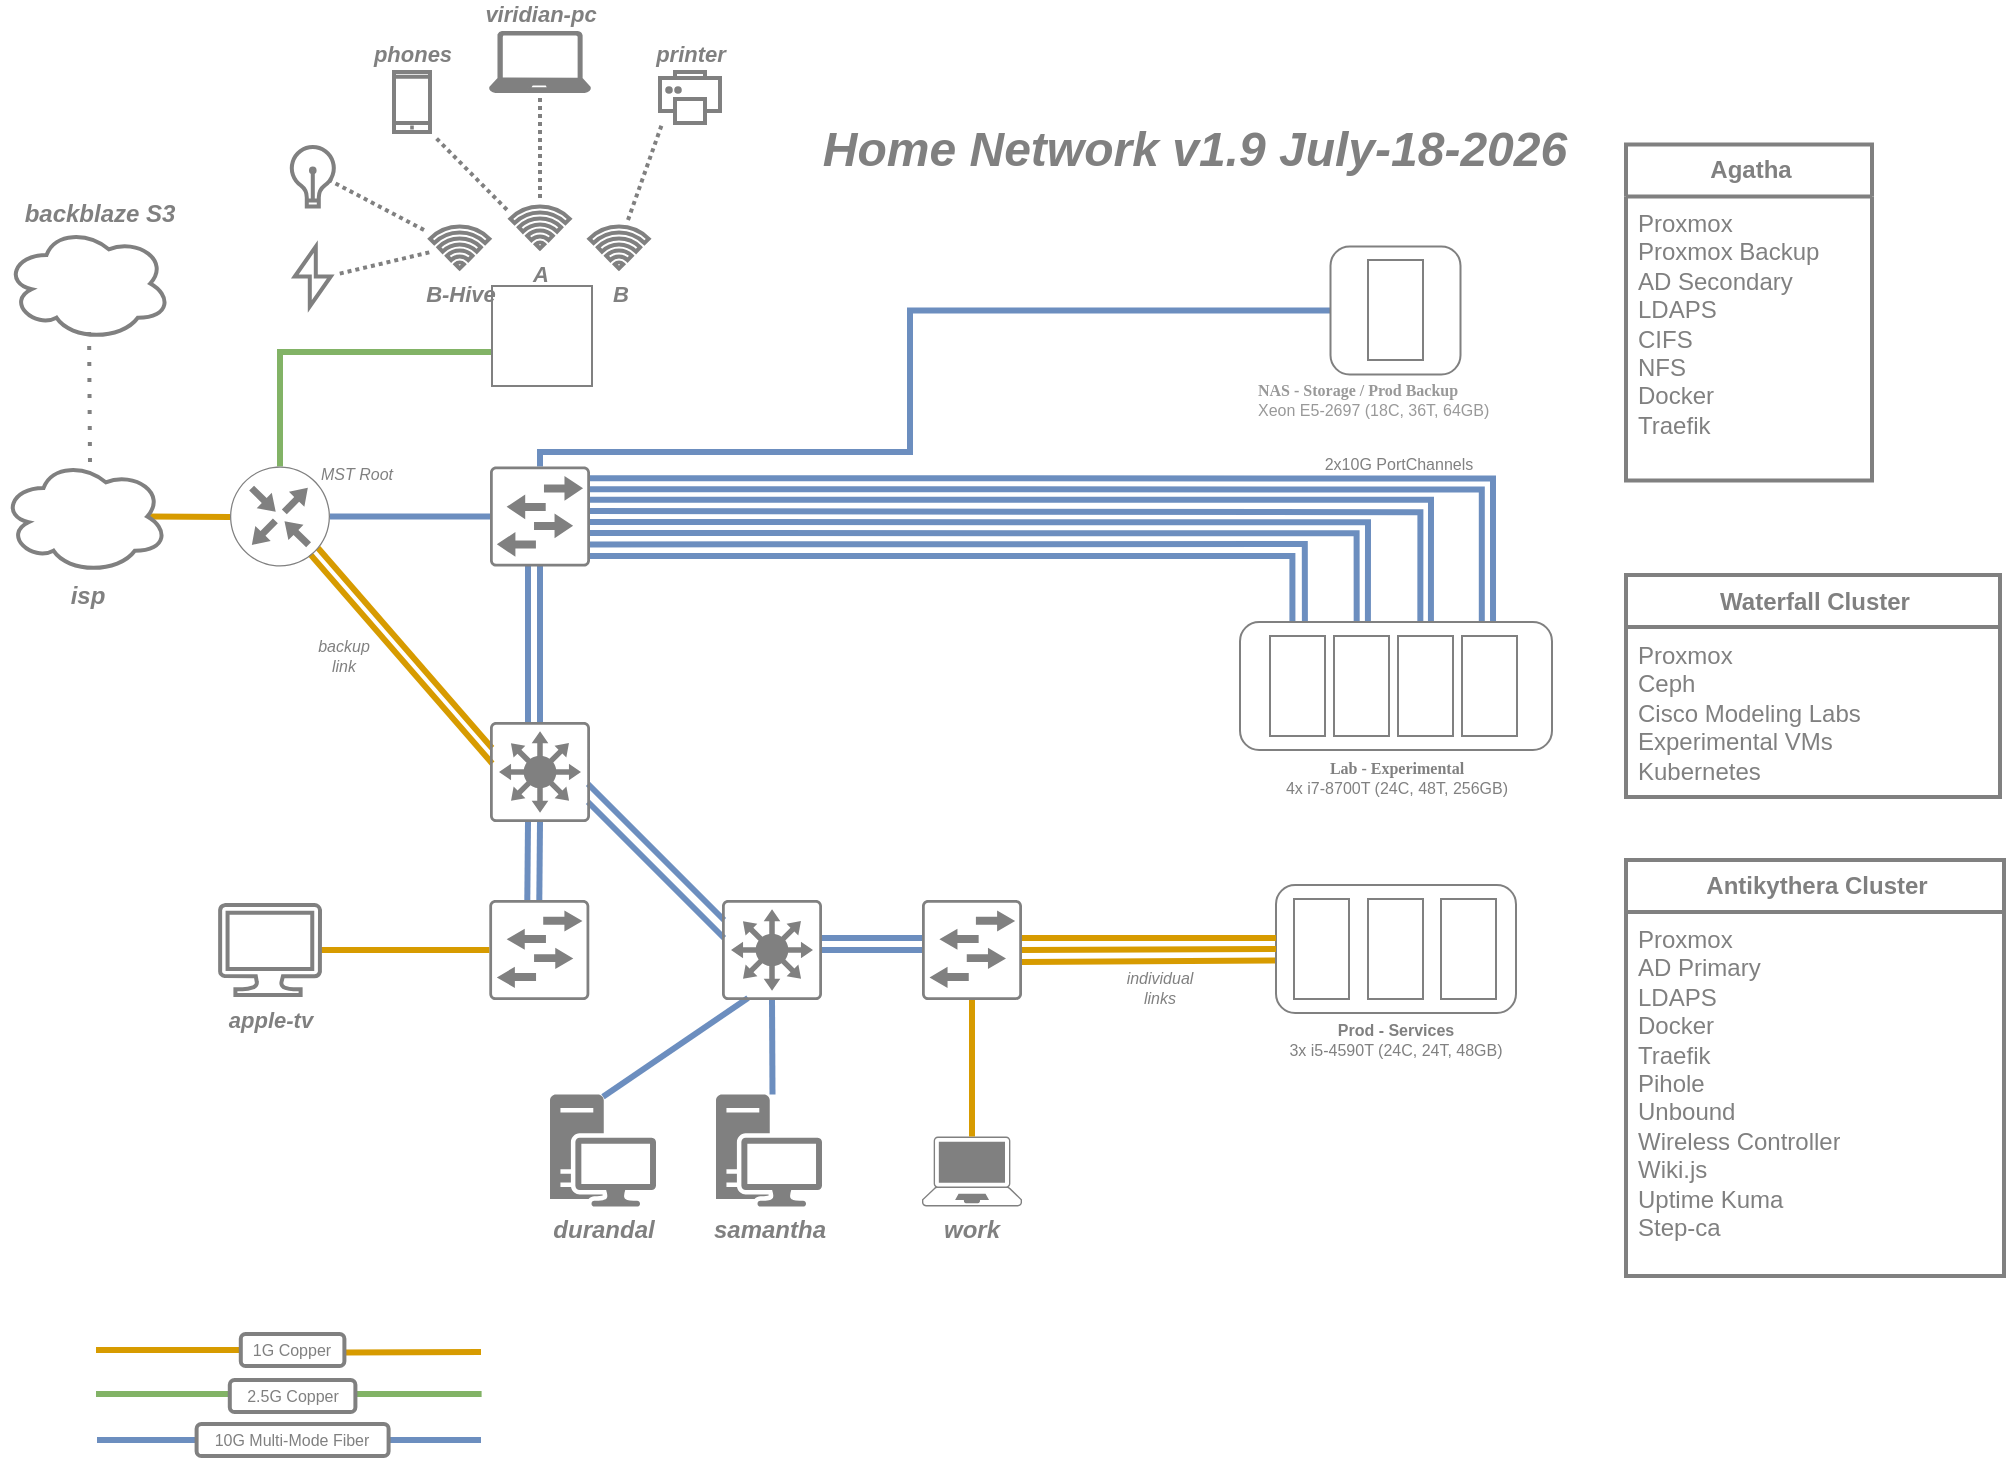
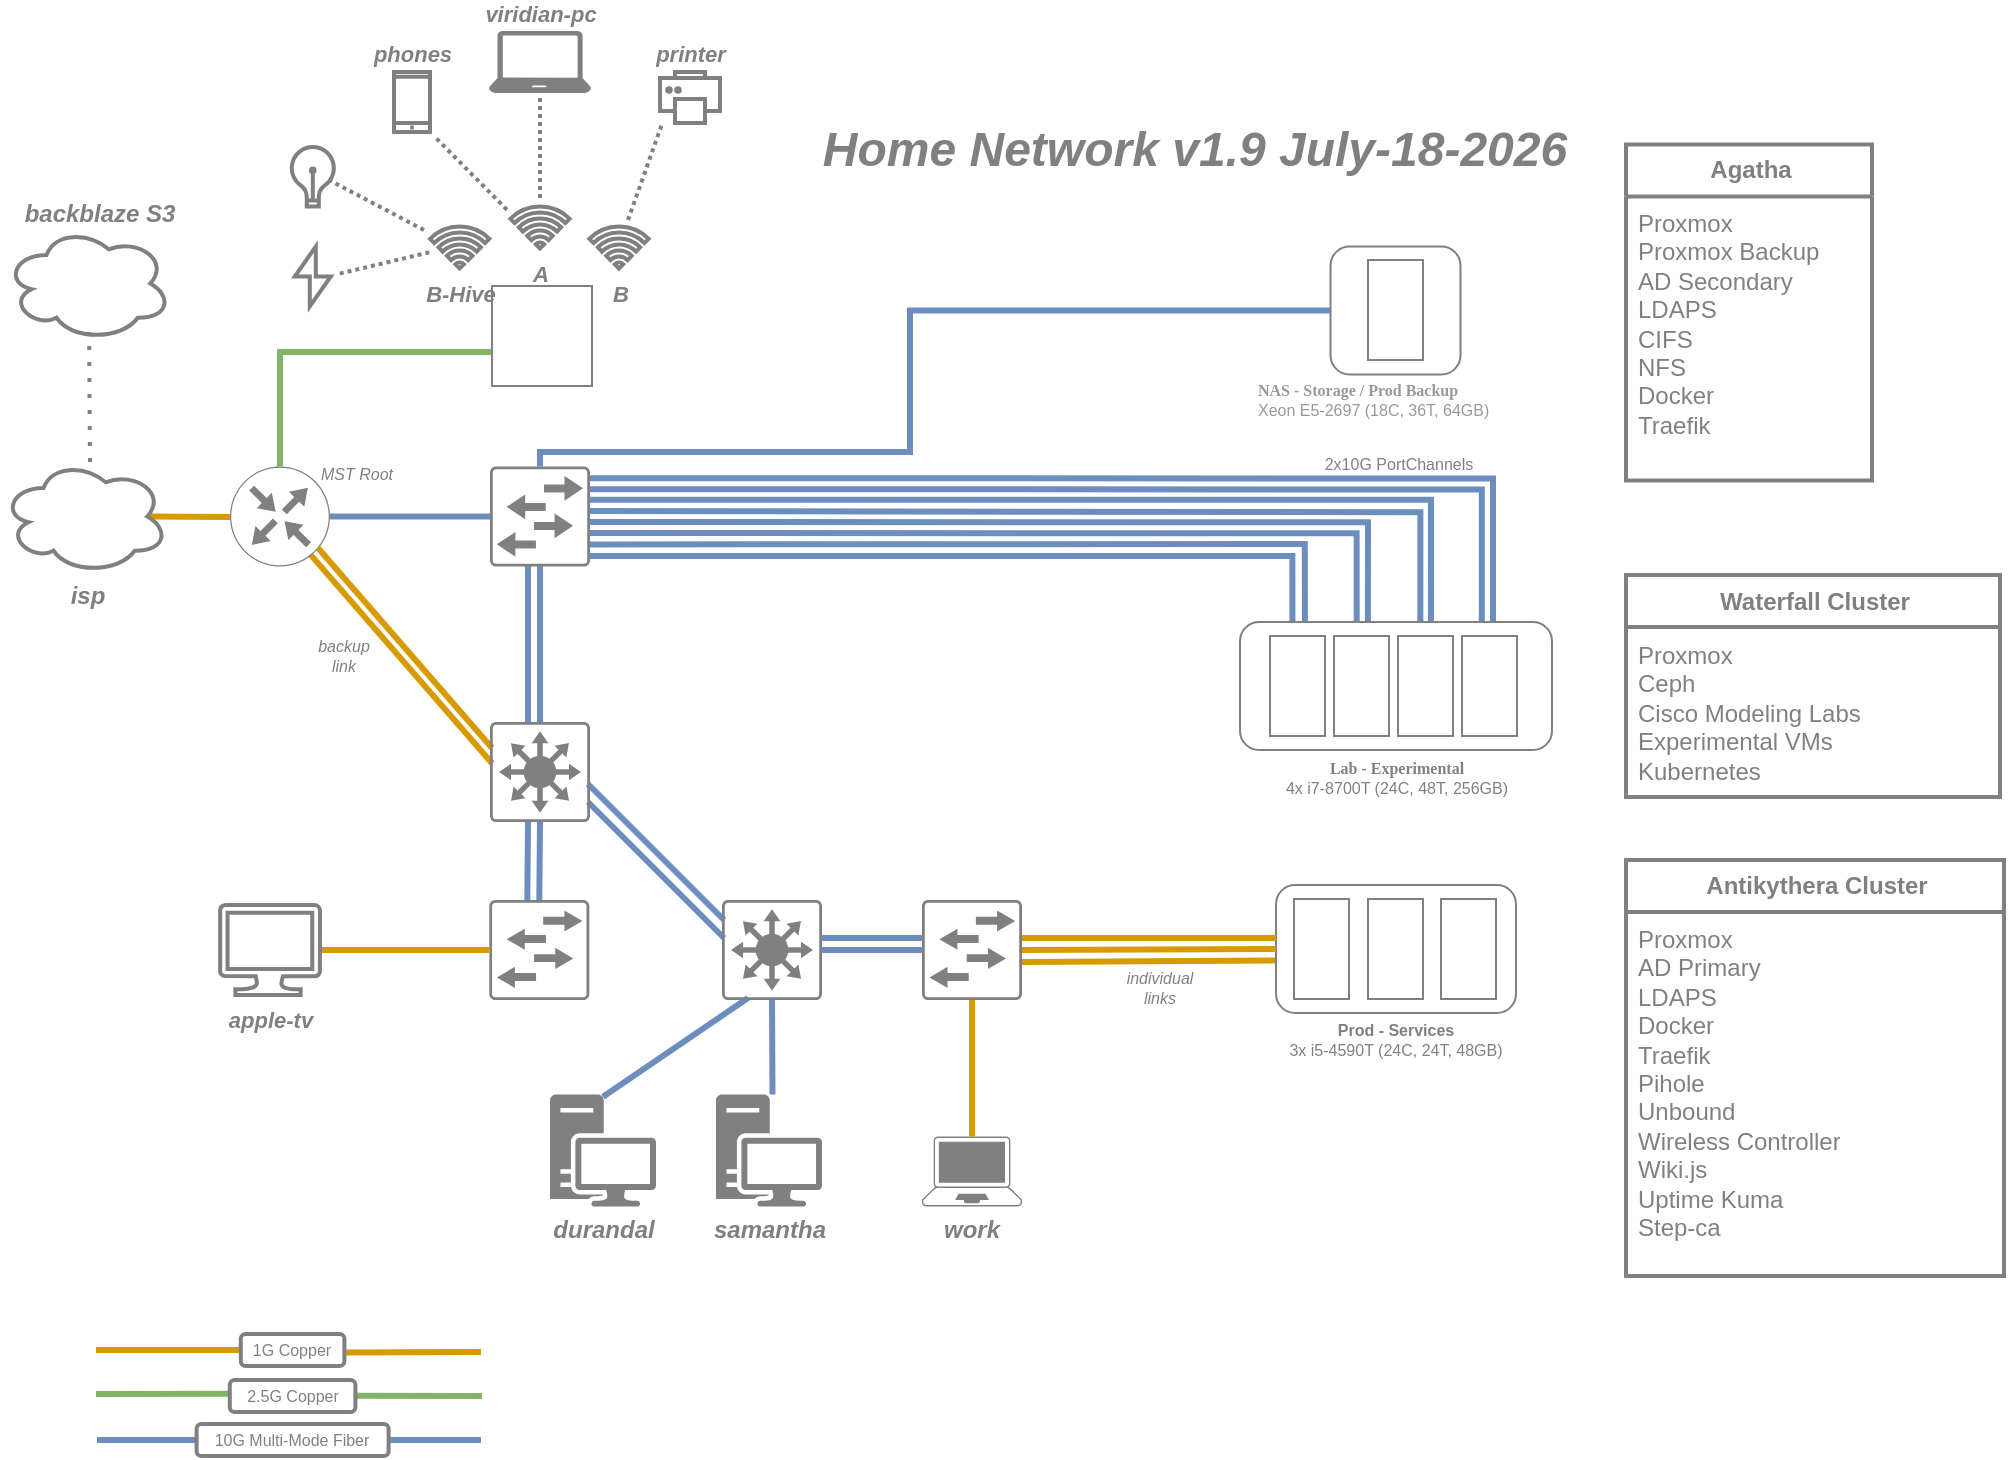
<mxfile host="Electron" agent="Mozilla/5.0 (Windows NT 10.0; Win64; x64) AppleWebKit/537.36 (KHTML, like Gecko) draw.io/29.3.6 Chrome/140.0.7339.249 Electron/38.8.0 Safari/537.36" version="29.3.6">
  <diagram name="Page-1" id="eTh3aw0WYXCbbovTG8zj">
-     <mxGraphModel dx="410" dy="256" grid="0" gridSize="10" guides="1" tooltips="1" connect="1" arrows="1" fold="0" page="1" pageScale="1" pageWidth="1100" pageHeight="850" math="0" shadow="0" adaptiveColors="none">
+     <mxGraphModel dx="199" dy="124" grid="0" gridSize="10" guides="1" tooltips="1" connect="1" arrows="1" fold="0" page="1" pageScale="1" pageWidth="1100" pageHeight="850" math="0" shadow="0" adaptiveColors="none">
      <root>
        <mxCell id="0" />
        <mxCell id="1" parent="0" />
+         <mxCell id="_JirmGMsUVTkLj-to8Ry-4" edge="1" parent="1" style="rounded=0;orthogonalLoop=1;jettySize=auto;html=1;endArrow=none;endFill=0;strokeWidth=3;elbow=vertical;fillColor=#d5e8d4;strokeColor=#82b366;">
+           <mxGeometry relative="1" as="geometry">
+             <mxPoint x="222.65" y="761.92" as="sourcePoint" />
+             <mxPoint x="286" y="762" as="targetPoint" />
+           </mxGeometry>
+         </mxCell>
        <mxCell id="NO0hMIeCVV5FIhQQeRoq-46" edge="1" parent="1" source="lbnmV9Moz0TXLxYADeuH-9" style="shape=connector;rounded=0;orthogonalLoop=1;jettySize=auto;html=1;exitX=0.5;exitY=0;exitDx=0;exitDy=0;exitPerimeter=0;entryX=0;entryY=0.5;entryDx=0;entryDy=0;entryPerimeter=0;strokeColor=#6c8ebf;strokeWidth=3;align=center;verticalAlign=middle;fontFamily=Helvetica;fontSize=11;fontColor=default;labelBackgroundColor=default;endArrow=none;endFill=0;fillColor=#dae8fc;elbow=vertical;edgeStyle=orthogonalEdgeStyle;" target="CqTmTN9_2uuaHgkpDne7-33">
          <mxGeometry relative="1" as="geometry">
            <Array as="points">
              <mxPoint x="315" y="290" />
              <mxPoint x="500" y="290" />
              <mxPoint x="500" y="220" />
            </Array>
            <mxPoint x="630" y="219.68000000000006" as="targetPoint" />
          </mxGeometry>
        </mxCell>
        <mxCell id="CqTmTN9_2uuaHgkpDne7-33" parent="1" style="rounded=1;whiteSpace=wrap;html=1;points=[[0,0,0,0,0],[0,0.25,0,0,0],[0,0.5,0,0,0],[0,0.75,0,0,0],[0,1,0,0,0],[0.09,0,0,0,0],[0.13,0,0,0,0],[0.25,1,0,0,0],[0.34,0,0,0,0],[0.38,0,0,0,0],[0.5,1,0,0,0],[0.62,0.01,0,0,0],[0.65,0.01,0,0,0],[0.75,1,0,0,0],[0.83,0.01,0,0,0],[0.86,0.01,0,0,0],[1,0,0,0,0],[1,0.25,0,0,0],[1,0.5,0,0,0],[1,0.75,0,0,0],[1,1,0,0,0]];strokeColor=#808080;fillColor=none;" value="" vertex="1">
          <mxGeometry height="64" width="65" x="710.25" y="187.25" as="geometry" />
        </mxCell>
        <mxCell id="NO0hMIeCVV5FIhQQeRoq-31" edge="1" parent="1" source="CqTmTN9_2uuaHgkpDne7-4" style="edgeStyle=orthogonalEdgeStyle;shape=connector;rounded=0;orthogonalLoop=1;jettySize=auto;html=1;exitX=0.612;exitY=-0.005;exitDx=0;exitDy=0;entryX=0.996;entryY=0.333;entryDx=0;entryDy=0;entryPerimeter=0;strokeColor=#6c8ebf;strokeWidth=3;align=center;verticalAlign=middle;fontFamily=Helvetica;fontSize=11;fontColor=default;labelBackgroundColor=default;endArrow=none;endFill=0;exitPerimeter=0;fillColor=#dae8fc;" target="lbnmV9Moz0TXLxYADeuH-9">
          <mxGeometry relative="1" as="geometry">
            <mxPoint x="764" y="377.25" as="sourcePoint" />
          </mxGeometry>
        </mxCell>
        <mxCell id="NO0hMIeCVV5FIhQQeRoq-32" edge="1" parent="1" source="CqTmTN9_2uuaHgkpDne7-4" style="edgeStyle=orthogonalEdgeStyle;shape=connector;rounded=0;orthogonalLoop=1;jettySize=auto;html=1;exitX=0.41;exitY=-0.005;exitDx=0;exitDy=0;entryX=0.996;entryY=0.556;entryDx=0;entryDy=0;entryPerimeter=0;strokeColor=#6c8ebf;strokeWidth=3;align=center;verticalAlign=middle;fontFamily=Helvetica;fontSize=11;fontColor=default;labelBackgroundColor=default;endArrow=none;endFill=0;exitPerimeter=0;fillColor=#dae8fc;" target="lbnmV9Moz0TXLxYADeuH-9">
          <mxGeometry relative="1" as="geometry">
            <mxPoint x="724" y="377.25" as="sourcePoint" />
          </mxGeometry>
        </mxCell>
        <mxCell id="fddtgmEfxXLfXS1tYtdZ-1" edge="1" parent="1" source="lbnmV9Moz0TXLxYADeuH-9" style="edgeStyle=orthogonalEdgeStyle;rounded=0;orthogonalLoop=1;jettySize=auto;html=1;strokeWidth=3;endArrow=none;endFill=0;exitX=0.999;exitY=0.228;exitDx=0;exitDy=0;exitPerimeter=0;fillColor=#dae8fc;strokeColor=#6c8ebf;entryX=0.775;entryY=-0.006;entryDx=0;entryDy=0;entryPerimeter=0;" target="CqTmTN9_2uuaHgkpDne7-4">
          <mxGeometry relative="1" as="geometry">
            <mxPoint x="340" y="309.25" as="sourcePoint" />
            <mxPoint x="786" y="365" as="targetPoint" />
          </mxGeometry>
        </mxCell>
        <mxCell id="fddtgmEfxXLfXS1tYtdZ-2" edge="1" parent="1" style="edgeStyle=orthogonalEdgeStyle;shape=connector;rounded=0;orthogonalLoop=1;jettySize=auto;html=1;exitX=0.996;exitY=0.446;exitDx=0;exitDy=0;exitPerimeter=0;strokeColor=#6c8ebf;strokeWidth=3;align=center;verticalAlign=middle;fontFamily=Helvetica;fontSize=11;fontColor=default;labelBackgroundColor=default;endArrow=none;endFill=0;fillColor=#dae8fc;entryX=0.578;entryY=-0.005;entryDx=0;entryDy=0;entryPerimeter=0;" target="CqTmTN9_2uuaHgkpDne7-4">
          <mxGeometry relative="1" as="geometry">
            <mxPoint x="340.00000000000006" y="319.55000000000007" as="sourcePoint" />
            <mxPoint x="747" y="363" as="targetPoint" />
          </mxGeometry>
        </mxCell>
        <mxCell id="fddtgmEfxXLfXS1tYtdZ-3" edge="1" parent="1" source="lbnmV9Moz0TXLxYADeuH-9" style="edgeStyle=orthogonalEdgeStyle;shape=connector;rounded=0;orthogonalLoop=1;jettySize=auto;html=1;exitX=0.996;exitY=0.666;exitDx=0;exitDy=0;exitPerimeter=0;entryX=0.374;entryY=-0.002;entryDx=0;entryDy=0;entryPerimeter=0;strokeColor=#6c8ebf;strokeWidth=3;align=center;verticalAlign=middle;fontFamily=Helvetica;fontSize=11;fontColor=default;labelBackgroundColor=default;endArrow=none;endFill=0;fillColor=#dae8fc;" target="CqTmTN9_2uuaHgkpDne7-4">
          <mxGeometry relative="1" as="geometry">
            <mxPoint x="716" y="377.25" as="targetPoint" />
          </mxGeometry>
        </mxCell>
        <mxCell id="fddtgmEfxXLfXS1tYtdZ-4" edge="1" parent="1" source="CqTmTN9_2uuaHgkpDne7-4" style="edgeStyle=orthogonalEdgeStyle;shape=connector;rounded=0;orthogonalLoop=1;jettySize=auto;html=1;exitX=0.208;exitY=-0.007;exitDx=0;exitDy=0;entryX=0.996;entryY=0.779;entryDx=0;entryDy=0;entryPerimeter=0;strokeColor=#6c8ebf;strokeWidth=3;align=center;verticalAlign=middle;fontFamily=Helvetica;fontSize=11;fontColor=default;labelBackgroundColor=default;endArrow=none;endFill=0;exitPerimeter=0;fillColor=#dae8fc;">
          <mxGeometry relative="1" as="geometry">
            <Array as="points">
              <mxPoint x="697" y="336" />
              <mxPoint x="686" y="336" />
            </Array>
            <mxPoint x="684.2" y="377.25" as="sourcePoint" />
            <mxPoint x="340.00000000000006" y="336.19999999999993" as="targetPoint" />
          </mxGeometry>
        </mxCell>
        <mxCell id="fddtgmEfxXLfXS1tYtdZ-5" edge="1" parent="1" source="CqTmTN9_2uuaHgkpDne7-4" style="edgeStyle=orthogonalEdgeStyle;shape=connector;rounded=0;orthogonalLoop=1;jettySize=auto;html=1;exitX=0.168;exitY=0.002;exitDx=0;exitDy=0;entryX=0.996;entryY=0.894;entryDx=0;entryDy=0;entryPerimeter=0;strokeColor=#6c8ebf;strokeWidth=3;align=center;verticalAlign=middle;fontFamily=Helvetica;fontSize=11;fontColor=default;labelBackgroundColor=default;endArrow=none;endFill=0;exitPerimeter=0;fillColor=#dae8fc;" target="lbnmV9Moz0TXLxYADeuH-9">
          <mxGeometry relative="1" as="geometry">
            <Array as="points">
              <mxPoint x="691" y="342" />
            </Array>
            <mxPoint x="676" y="377.25" as="sourcePoint" />
          </mxGeometry>
        </mxCell>
        <mxCell id="NO0hMIeCVV5FIhQQeRoq-36" edge="1" parent="1" source="CqTmTN9_2uuaHgkpDne7-4" style="edgeStyle=orthogonalEdgeStyle;shape=connector;rounded=0;orthogonalLoop=1;jettySize=auto;html=1;entryX=0.999;entryY=0.118;entryDx=0;entryDy=0;entryPerimeter=0;strokeColor=#6c8ebf;strokeWidth=3;align=center;verticalAlign=middle;fontFamily=Helvetica;fontSize=11;fontColor=default;labelBackgroundColor=default;endArrow=none;endFill=0;fillColor=#dae8fc;exitX=0.811;exitY=-0.006;exitDx=0;exitDy=0;exitPerimeter=0;" target="lbnmV9Moz0TXLxYADeuH-9">
          <mxGeometry relative="1" as="geometry">
            <mxPoint x="802" y="379" as="sourcePoint" />
          </mxGeometry>
        </mxCell>
        <mxCell id="D5LrwT91D5c0MHAF4rOE-90" edge="1" parent="1" source="lbnmV9Moz0TXLxYADeuH-9" style="shape=connector;rounded=0;orthogonalLoop=1;jettySize=auto;html=1;exitX=0.5;exitY=0.98;exitDx=0;exitDy=0;exitPerimeter=0;strokeColor=#6c8ebf;strokeWidth=3;align=center;verticalAlign=middle;fontFamily=Helvetica;fontSize=11;fontColor=default;labelBackgroundColor=default;endArrow=none;endFill=0;fillColor=#dae8fc;entryX=0.5;entryY=0;entryDx=0;entryDy=0;entryPerimeter=0;" target="50L1NcpgKh9QyUst5CuS-15">
          <mxGeometry relative="1" as="geometry">
            <mxPoint x="220" y="450" as="targetPoint" />
          </mxGeometry>
        </mxCell>
        <mxCell id="lbnmV9Moz0TXLxYADeuH-19" edge="1" parent="1" source="lbnmV9Moz0TXLxYADeuH-7" style="rounded=0;orthogonalLoop=1;jettySize=auto;html=1;exitX=0.5;exitY=0;exitDx=0;exitDy=0;exitPerimeter=0;endArrow=none;endFill=0;strokeWidth=3;elbow=vertical;edgeStyle=elbowEdgeStyle;fillColor=#d5e8d4;strokeColor=#82b366;entryX=0;entryY=0.67;entryDx=0;entryDy=0;entryPerimeter=0;" target="CqTmTN9_2uuaHgkpDne7-44">
          <mxGeometry relative="1" as="geometry">
            <Array as="points">
              <mxPoint x="238" y="240" />
              <mxPoint x="300" y="247.25" />
            </Array>
            <mxPoint x="290" y="237.25" as="targetPoint" />
          </mxGeometry>
        </mxCell>
        <mxCell id="NO0hMIeCVV5FIhQQeRoq-6" edge="1" parent="1" source="lbnmV9Moz0TXLxYADeuH-9" style="rounded=0;orthogonalLoop=1;jettySize=auto;html=1;exitX=0.38;exitY=0.98;exitDx=0;exitDy=0;exitPerimeter=0;endArrow=none;endFill=0;strokeWidth=3;fillColor=#dae8fc;strokeColor=#6c8ebf;entryX=0.38;entryY=0;entryDx=0;entryDy=0;entryPerimeter=0;" target="50L1NcpgKh9QyUst5CuS-15">
          <mxGeometry relative="1" as="geometry">
            <mxPoint x="450" y="365.25" as="sourcePoint" />
            <mxPoint x="200" y="437" as="targetPoint" />
          </mxGeometry>
        </mxCell>
        <mxCell id="lbnmV9Moz0TXLxYADeuH-9" parent="1" style="sketch=0;points=[[0.015,0.015,0,0,0],[0.015,0.985,0,0,0],[0.02,0.38,0,0,0],[0.02,0.5,0,0,0],[0.02,0.62,0,0,0],[0.14,0.98,0,0,0],[0.26,0.98,0,0,0],[0.38,0,0,0,0],[0.38,0.98,0,0,0],[0.5,0,0,0,0],[0.5,0.98,0,0,0],[0.62,0,0,0,0],[0.62,0.98,0,0,0],[0.74,0.98,0,0,0],[0.86,0.98,0,0,0],[0.98,0.14,0,0,0],[0.98,0.26,0,0,0],[0.98,0.38,0,0,0],[0.98,0.5,0,0,0],[0.98,0.62,0,0,0],[0.98,0.74,0,0,0],[0.98,0.86,0,0,0],[0.985,0.015,0,0,0],[0.985,0.985,0,0,0]];verticalLabelPosition=bottom;html=1;verticalAlign=top;aspect=fixed;align=center;pointerEvents=1;shape=mxgraph.cisco19.rect;prIcon=workgroup_switch;fillColor=none;strokeColor=#808080;fontColor=none;noLabel=1;" value="&lt;b style=&quot;background-color: light-dark(#ffffff, var(--ge-dark-color, #121212));&quot;&gt;table-top&lt;/b&gt;" vertex="1">
          <mxGeometry height="50" width="50" x="290" y="297.25" as="geometry" />
        </mxCell>
        <mxCell id="CqTmTN9_2uuaHgkpDne7-4" parent="1" style="rounded=1;whiteSpace=wrap;html=1;points=[[0,0,0,0,0],[0,0.25,0,0,0],[0,0.5,0,0,0],[0,0.75,0,0,0],[0,1,0,0,0],[0.09,0,0,0,0],[0.13,0,0,0,0],[0.25,1,0,0,0],[0.34,0,0,0,0],[0.38,0,0,0,0],[0.5,1,0,0,0],[0.62,0.01,0,0,0],[0.65,0.01,0,0,0],[0.75,1,0,0,0],[0.83,0.01,0,0,0],[0.86,0.01,0,0,0],[1,0,0,0,0],[1,0.25,0,0,0],[1,0.5,0,0,0],[1,0.75,0,0,0],[1,1,0,0,0]];strokeColor=#808080;fillColor=none;" value="" vertex="1">
          <mxGeometry height="64" width="156" x="665" y="375" as="geometry" />
        </mxCell>
        <mxCell id="lbnmV9Moz0TXLxYADeuH-18" edge="1" parent="1" source="lbnmV9Moz0TXLxYADeuH-7" style="edgeStyle=none;rounded=0;orthogonalLoop=1;jettySize=auto;html=1;exitX=1;exitY=0.5;exitDx=0;exitDy=0;exitPerimeter=0;entryX=0;entryY=0.5;entryDx=0;entryDy=0;entryPerimeter=0;endArrow=none;endFill=0;strokeWidth=3;fillColor=#dae8fc;strokeColor=#6c8ebf;" target="lbnmV9Moz0TXLxYADeuH-9">
          <mxGeometry relative="1" as="geometry" />
        </mxCell>
        <mxCell id="8GofJGXbrdM40KDC0A-a-11" edge="1" parent="1" source="CqTmTN9_2uuaHgkpDne7-13" style="shape=connector;rounded=0;orthogonalLoop=1;jettySize=auto;html=1;strokeColor=#d79b00;strokeWidth=3;align=center;verticalAlign=middle;fontFamily=Helvetica;fontSize=11;fontColor=default;labelBackgroundColor=default;endArrow=none;endFill=0;fillColor=#ffe6cc;entryX=1;entryY=0.62;entryDx=0;entryDy=0;entryPerimeter=0;exitX=0;exitY=0.59;exitDx=0;exitDy=0;exitPerimeter=0;" target="50L1NcpgKh9QyUst5CuS-22">
          <mxGeometry relative="1" as="geometry">
            <mxPoint x="692" y="543" as="sourcePoint" />
            <mxPoint x="410" y="487" as="targetPoint" />
          </mxGeometry>
        </mxCell>
        <mxCell id="8GofJGXbrdM40KDC0A-a-27" parent="1" style="sketch=0;pointerEvents=1;shadow=0;dashed=0;html=1;strokeColor=none;fillColor=light-dark(#808080,#505050);labelPosition=center;verticalLabelPosition=bottom;verticalAlign=top;outlineConnect=0;align=center;shape=mxgraph.office.devices.workstation;fontFamily=Helvetica;fontSize=11;fontColor=#808080;labelBackgroundColor=none;whiteSpace=wrap;fontStyle=3;points=[[0.5,0.02,0,0,0]];labelBorderColor=none;textShadow=1;fillStyle=solid;" value="" vertex="1">
          <mxGeometry height="56" width="53" x="320" y="611.25" as="geometry" />
        </mxCell>
        <mxCell id="8GofJGXbrdM40KDC0A-a-29" parent="1" style="points=[[0.015,0.985,0,0,0],[0.115,0.4,0,0,0],[0.13,0.02,0,0,0],[0.5,0,0,0,0],[0.5,1,0,0,0],[0.87,0.02,0,0,0],[0.885,0.4,0,0,0],[0.985,0.985,0,0,0]];verticalLabelPosition=bottom;sketch=0;html=1;verticalAlign=top;aspect=fixed;align=center;pointerEvents=1;shape=mxgraph.cisco19.laptop;fillColor=#808080;strokeColor=none;fontFamily=Helvetica;fontSize=11;fontColor=#808080;labelBackgroundColor=none;fontStyle=3;textShadow=1;" value="" vertex="1">
          <mxGeometry height="35" width="50" x="506" y="632.25" as="geometry" />
        </mxCell>
        <mxCell id="OCqcyEJDrD8Cijfm78Pi-8" parent="1" style="html=1;verticalLabelPosition=bottom;align=center;labelBackgroundColor=none;verticalAlign=top;strokeWidth=2;strokeColor=#808080;shadow=0;dashed=0;shape=mxgraph.ios7.icons.wifi;pointerEvents=1;fontFamily=Helvetica;fontSize=11;fontColor=#808080;points=[[0.1,0,0,0,0],[0.5,0,0,0,-2],[0.9,0,0,0,0]];fontStyle=3;fillColor=none;" value="A" vertex="1">
          <mxGeometry height="21" width="29.7" x="300.15" y="167.25" as="geometry" />
        </mxCell>
        <mxCell id="OCqcyEJDrD8Cijfm78Pi-20" edge="1" parent="1" style="rounded=0;orthogonalLoop=1;jettySize=auto;html=1;strokeColor=#808080;strokeWidth=2;align=center;verticalAlign=middle;fontFamily=Helvetica;fontSize=11;fontColor=default;labelBackgroundColor=default;endArrow=none;endFill=0;shape=filledEdge;startArrow=none;startFill=0;dashed=1;dashPattern=1 1;curved=0;entryX=0.866;entryY=0.558;entryDx=0;entryDy=0;entryPerimeter=0;" target="OCqcyEJDrD8Cijfm78Pi-14">
          <mxGeometry relative="1" as="geometry">
            <mxPoint x="257" y="179" as="sourcePoint" />
            <mxPoint x="220" y="167.31" as="targetPoint" />
          </mxGeometry>
        </mxCell>
        <mxCell id="OCqcyEJDrD8Cijfm78Pi-14" parent="1" style="html=1;verticalLabelPosition=bottom;align=center;labelBackgroundColor=#ffffff;verticalAlign=top;strokeWidth=2;strokeColor=#808080;shadow=0;dashed=0;shape=mxgraph.ios7.icons.lightbulb;fontFamily=Helvetica;fontSize=11;fontColor=default;fillColor=none;" value="" vertex="1">
          <mxGeometry height="29.7" width="22.8" x="190" y="137.55" as="geometry" />
        </mxCell>
        <mxCell id="OCqcyEJDrD8Cijfm78Pi-19" parent="1" style="html=1;verticalLabelPosition=bottom;align=center;labelBackgroundColor=#ffffff;verticalAlign=top;strokeWidth=2;strokeColor=#808080;shadow=0;dashed=0;shape=mxgraph.ios7.icons.flash;fontFamily=Helvetica;fontSize=11;fontColor=default;fillColor=none;" value="" vertex="1">
          <mxGeometry height="30" width="18" x="192.4" y="187.25" as="geometry" />
        </mxCell>
        <mxCell id="OCqcyEJDrD8Cijfm78Pi-22" edge="1" parent="1" source="OCqcyEJDrD8Cijfm78Pi-10" style="edgeStyle=none;shape=filledEdge;curved=0;rounded=0;orthogonalLoop=1;jettySize=auto;html=1;exitX=-0.012;exitY=0.616;exitDx=0;exitDy=0;exitPerimeter=0;dashed=1;dashPattern=1 1;strokeColor=#808080;strokeWidth=2;align=center;verticalAlign=middle;fontFamily=Helvetica;fontSize=11;fontColor=default;labelBackgroundColor=default;startArrow=none;startFill=0;endArrow=none;endFill=0;">
          <mxGeometry relative="1" as="geometry">
            <mxPoint x="214" y="201" as="targetPoint" />
          </mxGeometry>
        </mxCell>
        <mxCell id="OCqcyEJDrD8Cijfm78Pi-32" edge="1" parent="1" source="OCqcyEJDrD8Cijfm78Pi-8" style="edgeStyle=none;shape=filledEdge;curved=0;rounded=0;orthogonalLoop=1;jettySize=auto;html=1;exitX=-0.057;exitY=0.077;exitDx=0;exitDy=0;exitPerimeter=0;dashed=1;dashPattern=1 1;strokeColor=#808080;strokeWidth=2;align=center;verticalAlign=middle;fontFamily=Helvetica;fontSize=11;fontColor=default;labelBackgroundColor=default;startArrow=none;startFill=0;endArrow=none;endFill=0;">
          <mxGeometry relative="1" as="geometry">
            <mxPoint x="263" y="133" as="targetPoint" />
          </mxGeometry>
        </mxCell>
        <mxCell id="OCqcyEJDrD8Cijfm78Pi-33" edge="1" parent="1" style="edgeStyle=none;shape=filledEdge;curved=0;rounded=0;orthogonalLoop=1;jettySize=auto;html=1;dashed=1;dashPattern=1 1;strokeColor=#808080;strokeWidth=2;align=center;verticalAlign=middle;fontFamily=Helvetica;fontSize=11;fontColor=default;labelBackgroundColor=default;startArrow=none;startFill=0;endArrow=none;endFill=0;">
          <mxGeometry relative="1" as="geometry">
            <mxPoint x="315" y="163" as="sourcePoint" />
            <mxPoint x="315" y="113" as="targetPoint" />
          </mxGeometry>
        </mxCell>
        <mxCell id="OCqcyEJDrD8Cijfm78Pi-34" edge="1" parent="1" style="edgeStyle=none;shape=filledEdge;curved=0;rounded=0;orthogonalLoop=1;jettySize=auto;html=1;dashed=1;dashPattern=1 1;strokeColor=#808080;strokeWidth=2;align=center;verticalAlign=middle;fontFamily=Helvetica;fontSize=11;fontColor=default;labelBackgroundColor=default;startArrow=none;startFill=0;endArrow=none;endFill=0;">
          <mxGeometry relative="1" as="geometry">
            <mxPoint x="359" y="174" as="sourcePoint" />
            <mxPoint x="376" y="126" as="targetPoint" />
          </mxGeometry>
        </mxCell>
        <mxCell id="D5LrwT91D5c0MHAF4rOE-98" edge="1" parent="1" style="edgeStyle=elbowEdgeStyle;shape=connector;rounded=0;orthogonalLoop=1;jettySize=auto;elbow=vertical;html=1;exitX=1;exitY=0.5;exitDx=0;exitDy=0;entryX=0;entryY=0.5;entryDx=0;entryDy=0;entryPerimeter=0;strokeColor=#d79b00;strokeWidth=3;align=center;verticalAlign=middle;fontFamily=Helvetica;fontSize=11;fontColor=default;labelBackgroundColor=default;endArrow=none;endFill=0;fillColor=#ffe6cc;fontStyle=1" target="lbnmV9Moz0TXLxYADeuH-7">
          <mxGeometry relative="1" as="geometry">
            <mxPoint x="119.43000000000063" y="322.25" as="sourcePoint" />
          </mxGeometry>
        </mxCell>
        <mxCell id="O6deSYJI-EfVJHjLLMFC-1" parent="1" style="text;html=1;align=center;verticalAlign=middle;resizable=0;points=[];autosize=1;textShadow=0;fillColor=none;fontColor=#333333;strokeColor=none;rounded=1;" value="&lt;font style=&quot;font-size: 24px; color: rgb(128, 128, 128);&quot;&gt;&lt;b&gt;&lt;i&gt;Home Network v1.9 July-18-2026&lt;/i&gt;&lt;/b&gt;&lt;/font&gt;" vertex="1">
          <mxGeometry height="41" width="390" x="447" y="118" as="geometry" />
        </mxCell>
        <mxCell id="50L1NcpgKh9QyUst5CuS-14" edge="1" parent="1" source="50L1NcpgKh9QyUst5CuS-7" style="shape=connector;rounded=0;orthogonalLoop=1;jettySize=auto;html=1;strokeColor=#6c8ebf;strokeWidth=3;align=center;verticalAlign=middle;fontFamily=Helvetica;fontSize=11;fontColor=default;labelBackgroundColor=default;endArrow=none;endFill=0;fillColor=#dae8fc;entryX=0.98;entryY=0.8;entryDx=0;entryDy=0;entryPerimeter=0;exitX=0.02;exitY=0.38;exitDx=0;exitDy=0;exitPerimeter=0;" target="50L1NcpgKh9QyUst5CuS-15">
          <mxGeometry relative="1" as="geometry">
            <mxPoint x="386" y="495" as="sourcePoint" />
            <mxPoint x="346" y="495" as="targetPoint" />
          </mxGeometry>
        </mxCell>
        <mxCell id="50L1NcpgKh9QyUst5CuS-18" edge="1" parent="1" source="50L1NcpgKh9QyUst5CuS-15" style="shape=connector;rounded=0;orthogonalLoop=1;jettySize=auto;html=1;exitX=0.38;exitY=1;exitDx=0;exitDy=0;strokeColor=#6c8ebf;strokeWidth=3;align=center;verticalAlign=middle;fontFamily=Helvetica;fontSize=11;fontColor=default;labelBackgroundColor=default;endArrow=none;endFill=0;fillColor=#dae8fc;exitPerimeter=0;entryX=0.38;entryY=0;entryDx=0;entryDy=0;entryPerimeter=0;" target="50L1NcpgKh9QyUst5CuS-16">
          <mxGeometry relative="1" as="geometry">
            <mxPoint x="351.75" y="479" as="sourcePoint" />
            <mxPoint x="373.75" y="590.5" as="targetPoint" />
          </mxGeometry>
        </mxCell>
        <mxCell id="50L1NcpgKh9QyUst5CuS-20" edge="1" parent="1" source="50L1NcpgKh9QyUst5CuS-15" style="shape=connector;rounded=0;orthogonalLoop=1;jettySize=auto;html=1;exitX=0.5;exitY=1;exitDx=0;exitDy=0;strokeColor=#6c8ebf;strokeWidth=3;align=center;verticalAlign=middle;fontFamily=Helvetica;fontSize=11;fontColor=default;labelBackgroundColor=default;endArrow=none;endFill=0;fillColor=#dae8fc;exitPerimeter=0;entryX=0.5;entryY=0;entryDx=0;entryDy=0;entryPerimeter=0;" target="50L1NcpgKh9QyUst5CuS-16">
          <mxGeometry relative="1" as="geometry">
            <mxPoint x="361.75" y="492.75" as="sourcePoint" />
            <mxPoint x="361.75" y="540.75" as="targetPoint" />
          </mxGeometry>
        </mxCell>
        <mxCell id="50L1NcpgKh9QyUst5CuS-24" edge="1" parent="1" source="50L1NcpgKh9QyUst5CuS-7" style="shape=connector;rounded=0;orthogonalLoop=1;jettySize=auto;html=1;exitX=1;exitY=0.38;exitDx=0;exitDy=0;strokeColor=#6c8ebf;strokeWidth=3;align=center;verticalAlign=middle;fontFamily=Helvetica;fontSize=11;fontColor=default;labelBackgroundColor=default;endArrow=none;endFill=0;fillColor=#dae8fc;exitPerimeter=0;entryX=0;entryY=0.38;entryDx=0;entryDy=0;entryPerimeter=0;" target="50L1NcpgKh9QyUst5CuS-22">
          <mxGeometry relative="1" as="geometry">
            <mxPoint x="366" y="479" as="sourcePoint" />
            <mxPoint x="366" y="527" as="targetPoint" />
          </mxGeometry>
        </mxCell>
        <mxCell id="50L1NcpgKh9QyUst5CuS-26" edge="1" parent="1" source="50L1NcpgKh9QyUst5CuS-7" style="shape=connector;rounded=0;orthogonalLoop=1;jettySize=auto;html=1;exitX=1;exitY=0.5;exitDx=0;exitDy=0;strokeColor=#6c8ebf;strokeWidth=3;align=center;verticalAlign=middle;fontFamily=Helvetica;fontSize=11;fontColor=default;labelBackgroundColor=default;endArrow=none;endFill=0;fillColor=#dae8fc;exitPerimeter=0;entryX=0;entryY=0.5;entryDx=0;entryDy=0;entryPerimeter=0;" target="50L1NcpgKh9QyUst5CuS-22">
          <mxGeometry relative="1" as="geometry">
            <mxPoint x="416" y="479" as="sourcePoint" />
            <mxPoint x="416" y="527" as="targetPoint" />
          </mxGeometry>
        </mxCell>
        <mxCell id="50L1NcpgKh9QyUst5CuS-16" parent="1" style="sketch=0;points=[[0,0.38,0,0,0],[0,0.5,0,0,0],[0,0.62,0,0,0],[0.015,0.015,0,0,0],[0.015,0.985,0,0,0],[0.38,0,0,0,0],[0.38,1,0,0,0],[0.5,0,0,0,0],[0.5,1,0,0,0],[0.62,0,0,0,0],[0.62,1,0,0,0],[0.985,0.015,0,0,0],[0.985,0.985,0,0,0],[1,0.38,0,0,0],[1,0.5,0,0,0],[1,0.62,0,0,0]];verticalLabelPosition=top;html=1;verticalAlign=bottom;aspect=fixed;align=center;pointerEvents=1;shape=mxgraph.cisco19.rect;prIcon=l2_switch;fillColor=none;strokeColor=#808080;fontStyle=1;labelPosition=center;labelBackgroundColor=default;labelBorderColor=none;convertToSvg=0;spacingTop=0;spacingBottom=3;fontColor=none;noLabel=1;" value="top" vertex="1">
          <mxGeometry height="50" width="50" x="289.65" y="514" as="geometry" />
        </mxCell>
        <mxCell id="50L1NcpgKh9QyUst5CuS-22" parent="1" style="sketch=0;points=[[0,0.38,0,0,0],[0,0.5,0,0,0],[0,0.62,0,0,0],[0.015,0.015,0,0,0],[0.015,0.985,0,0,0],[0.38,0,0,0,0],[0.38,1,0,0,0],[0.5,0,0,0,0],[0.5,1,0,0,0],[0.62,0,0,0,0],[0.62,1,0,0,0],[0.985,0.015,0,0,0],[0.985,0.985,0,0,0],[1,0.38,0,0,0],[1,0.5,0,0,0],[1,0.62,0,0,0]];verticalLabelPosition=top;html=1;verticalAlign=bottom;aspect=fixed;align=center;pointerEvents=1;shape=mxgraph.cisco19.rect;prIcon=l2_switch;fillColor=none;strokeColor=#808080;fontStyle=1;labelPosition=center;labelBackgroundColor=default;spacingBottom=3;fontColor=none;noLabel=1;" value="bottom" vertex="1">
          <mxGeometry height="50" width="50" x="506" y="514" as="geometry" />
        </mxCell>
        <mxCell id="50L1NcpgKh9QyUst5CuS-32" edge="1" parent="1" source="50L1NcpgKh9QyUst5CuS-7" style="shape=connector;rounded=0;orthogonalLoop=1;jettySize=auto;html=1;exitX=0.5;exitY=0.98;exitDx=0;exitDy=0;strokeColor=#6c8ebf;strokeWidth=3;align=center;verticalAlign=middle;fontFamily=Helvetica;fontSize=11;fontColor=default;labelBackgroundColor=default;endArrow=none;endFill=0;fillColor=#dae8fc;exitPerimeter=0;entryX=0.5;entryY=0;entryDx=0;entryDy=0;entryPerimeter=0;">
          <mxGeometry relative="1" as="geometry">
            <mxPoint x="461.75" y="585" as="sourcePoint" />
            <mxPoint x="431.25" y="611.2500000000001" as="targetPoint" />
          </mxGeometry>
        </mxCell>
        <mxCell id="50L1NcpgKh9QyUst5CuS-33" edge="1" parent="1" source="50L1NcpgKh9QyUst5CuS-7" style="shape=connector;rounded=0;orthogonalLoop=1;jettySize=auto;html=1;exitX=0.26;exitY=0.98;exitDx=0;exitDy=0;strokeColor=#6c8ebf;strokeWidth=3;align=center;verticalAlign=middle;fontFamily=Helvetica;fontSize=11;fontColor=default;labelBackgroundColor=default;endArrow=none;endFill=0;fillColor=#dae8fc;exitPerimeter=0;entryX=0.5;entryY=0.02;entryDx=0;entryDy=0;entryPerimeter=0;" target="8GofJGXbrdM40KDC0A-a-27">
          <mxGeometry relative="1" as="geometry">
            <mxPoint x="377" y="575" as="sourcePoint" />
            <mxPoint x="376" y="622" as="targetPoint" />
          </mxGeometry>
        </mxCell>
        <mxCell id="50L1NcpgKh9QyUst5CuS-34" edge="1" parent="1" source="8GofJGXbrdM40KDC0A-a-29" style="shape=connector;rounded=0;orthogonalLoop=1;jettySize=auto;html=1;entryX=0.5;entryY=1;entryDx=0;entryDy=0;entryPerimeter=0;strokeColor=#d79b00;strokeWidth=3;align=center;verticalAlign=middle;fontFamily=Helvetica;fontSize=11;fontColor=default;labelBackgroundColor=default;endArrow=none;endFill=0;fillColor=#ffe6cc;exitX=0.5;exitY=0;exitDx=0;exitDy=0;exitPerimeter=0;" target="50L1NcpgKh9QyUst5CuS-22">
          <mxGeometry relative="1" as="geometry">
            <mxPoint x="712" y="661.25" as="sourcePoint" />
            <mxPoint x="646" y="572.25" as="targetPoint" />
          </mxGeometry>
        </mxCell>
        <mxCell id="50L1NcpgKh9QyUst5CuS-35" edge="1" parent="1" source="CqTmTN9_2uuaHgkpDne7-26" style="shape=connector;rounded=0;orthogonalLoop=1;jettySize=auto;html=1;entryX=0;entryY=0.5;entryDx=0;entryDy=0;entryPerimeter=0;strokeColor=#d79b00;strokeWidth=3;align=center;verticalAlign=middle;fontFamily=Helvetica;fontSize=11;fontColor=default;labelBackgroundColor=default;endArrow=none;endFill=0;fillColor=#ffe6cc;exitX=1;exitY=0.5;exitDx=0;exitDy=0;exitPerimeter=0;" target="50L1NcpgKh9QyUst5CuS-16">
          <mxGeometry relative="1" as="geometry">
            <mxPoint x="216.04999999999995" y="537.9000000000001" as="sourcePoint" />
            <mxPoint x="225.75" y="578.25" as="targetPoint" />
          </mxGeometry>
        </mxCell>
        <mxCell id="OCqcyEJDrD8Cijfm78Pi-29" parent="1" style="verticalLabelPosition=top;html=1;verticalAlign=bottom;align=center;strokeColor=#808080;fillColor=light-dark(#808080,#0089B6);shape=mxgraph.azure.laptop;pointerEvents=1;fontFamily=Helvetica;fontSize=11;fontColor=#808080;labelBackgroundColor=none;labelPosition=center;fontStyle=3" value="viridian-pc" vertex="1">
          <mxGeometry height="30" width="50" x="290" y="80" as="geometry" />
        </mxCell>
        <mxCell id="OCqcyEJDrD8Cijfm78Pi-28" parent="1" style="html=1;verticalLabelPosition=top;align=center;labelBackgroundColor=none;verticalAlign=bottom;strokeWidth=2;strokeColor=#808080;shadow=0;dashed=0;shape=mxgraph.ios7.icons.printer;fontFamily=Helvetica;fontSize=11;fontColor=#808080;labelPosition=center;fontStyle=3;fillColor=none;" value="printer" vertex="1">
          <mxGeometry height="25.5" width="30" x="375" y="100" as="geometry" />
        </mxCell>
        <mxCell id="OCqcyEJDrD8Cijfm78Pi-9" parent="1" style="html=1;verticalLabelPosition=bottom;align=center;labelBackgroundColor=none;verticalAlign=top;strokeWidth=2;strokeColor=#808080;shadow=0;dashed=0;shape=mxgraph.ios7.icons.wifi;pointerEvents=1;fontFamily=Helvetica;fontSize=11;fontColor=#808080;fontStyle=3;fillColor=none;" value="B" vertex="1">
          <mxGeometry height="21" width="29.7" x="339.65" y="177.25" as="geometry" />
        </mxCell>
        <mxCell id="OCqcyEJDrD8Cijfm78Pi-23" parent="1" style="html=1;verticalLabelPosition=top;align=center;labelBackgroundColor=none;verticalAlign=bottom;strokeWidth=2;strokeColor=#808080;shadow=0;dashed=0;shape=mxgraph.ios7.icons.smartphone;fontFamily=Helvetica;fontSize=11;fontColor=#808080;labelPosition=center;fontStyle=3;fillColor=none;" value="phones" vertex="1">
          <mxGeometry height="30" width="18" x="242" y="100" as="geometry" />
        </mxCell>
        <mxCell id="50L1NcpgKh9QyUst5CuS-45" edge="1" parent="1" style="shape=connector;rounded=0;orthogonalLoop=1;jettySize=auto;html=1;strokeColor=#d79b00;strokeWidth=3;align=center;verticalAlign=middle;fontFamily=Helvetica;fontSize=11;fontColor=default;labelBackgroundColor=default;endArrow=none;endFill=0;fillColor=#ffe6cc;entryX=0.02;entryY=0.26;entryDx=0;entryDy=0;entryPerimeter=0;" target="50L1NcpgKh9QyUst5CuS-15" value="">
          <mxGeometry relative="1" as="geometry">
            <mxPoint x="204" y="338" as="sourcePoint" />
            <mxPoint x="291" y="438" as="targetPoint" />
          </mxGeometry>
        </mxCell>
        <mxCell id="50L1NcpgKh9QyUst5CuS-46" edge="1" parent="1" source="CqTmTN9_2uuaHgkpDne7-36" style="shape=connector;rounded=0;orthogonalLoop=1;jettySize=auto;html=1;strokeColor=#d79b00;strokeWidth=3;align=center;verticalAlign=middle;fontFamily=Helvetica;fontSize=11;fontColor=default;labelBackgroundColor=default;endArrow=none;endFill=0;fillColor=#ffe6cc;exitX=1.015;exitY=0.581;exitDx=0;exitDy=0;exitPerimeter=0;">
          <mxGeometry relative="1" as="geometry">
            <mxPoint x="95.5" y="739" as="sourcePoint" />
            <mxPoint x="285.5" y="740" as="targetPoint" />
          </mxGeometry>
        </mxCell>
        <mxCell id="50L1NcpgKh9QyUst5CuS-53" edge="1" parent="1" source="CqTmTN9_2uuaHgkpDne7-38" style="shape=connector;rounded=0;orthogonalLoop=1;jettySize=auto;html=1;exitX=1;exitY=0.5;exitDx=0;exitDy=0;strokeColor=#6c8ebf;strokeWidth=3;align=center;verticalAlign=middle;fontFamily=Helvetica;fontSize=11;fontColor=default;labelBackgroundColor=default;endArrow=none;endFill=0;fillColor=#dae8fc;exitPerimeter=0;" value="">
          <mxGeometry relative="1" as="geometry">
            <mxPoint x="93.5" y="784" as="sourcePoint" />
            <mxPoint x="285.5" y="784" as="targetPoint" />
          </mxGeometry>
        </mxCell>
        <mxCell id="OCqcyEJDrD8Cijfm78Pi-10" parent="1" style="html=1;verticalLabelPosition=bottom;align=center;labelBackgroundColor=none;verticalAlign=top;strokeWidth=2;strokeColor=#808080;shadow=0;dashed=0;shape=mxgraph.ios7.icons.wifi;pointerEvents=1;fontFamily=Helvetica;fontSize=11;fontColor=#808080;points=[[0.1,0.14,0,0,0],[0.1,0.5,0,0,0]];fontStyle=3;fillColor=none;" value="B-Hive" vertex="1">
          <mxGeometry height="21" width="29.7" x="260" y="177.25" as="geometry" />
        </mxCell>
        <object label="&lt;span style=&quot;font-family: Verdana;&quot;&gt;&lt;b style=&quot;&quot;&gt;&lt;font style=&quot;color: rgb(128, 128, 128);&quot;&gt;Lab - Experimental&lt;/font&gt;&lt;/b&gt;&lt;/span&gt;&lt;div&gt;&lt;font style=&quot;color: rgb(128, 128, 128);&quot;&gt;4x i7-8700T (24C, 48T, 256GB)&lt;/font&gt;&lt;/div&gt;" placeholders="1" id="CqTmTN9_2uuaHgkpDne7-2">
          <mxCell parent="1" style="rounded=1;whiteSpace=wrap;html=1;strokeWidth=2;strokeColor=none;fontSize=8;fillColor=none;" vertex="1">
            <mxGeometry height="30" width="143" x="672" y="438" as="geometry" />
          </mxCell>
        </object>
        <mxCell id="CqTmTN9_2uuaHgkpDne7-5" parent="1" style="sketch=0;points=[[0,0.25,0,0,0],[0,0.5,0,0,0],[0,0.75,0,0,0],[0.015,0.015,0,0,0],[0.015,0.985,0,0,0],[0.25,1,0,0,0],[0.4,0,0,0,0],[0.5,1,0,0,0],[0.62,0,0,0,0],[0.75,1,0,0,0],[0.985,0.015,0,0,0],[0.985,0.985,0,0,0],[1,0.25,0,0,0],[1,0.5,0,0,0],[1,0.75,0,0,0]];verticalLabelPosition=bottom;html=1;verticalAlign=top;aspect=fixed;align=center;pointerEvents=1;shape=mxgraph.cisco19.server2;fillColor=none;strokeColor=#808080;" value="" vertex="1">
          <mxGeometry height="50" width="27.500000000000004" x="680" y="382" as="geometry" />
        </mxCell>
        <mxCell id="CqTmTN9_2uuaHgkpDne7-6" parent="1" style="sketch=0;points=[[0,0.25,0,0,0],[0,0.5,0,0,0],[0,0.75,0,0,0],[0.015,0.015,0,0,0],[0.015,0.985,0,0,0],[0.25,1,0,0,0],[0.4,0,0,0,0],[0.5,1,0,0,0],[0.62,0,0,0,0],[0.75,1,0,0,0],[0.985,0.015,0,0,0],[0.985,0.985,0,0,0],[1,0.25,0,0,0],[1,0.5,0,0,0],[1,0.75,0,0,0]];verticalLabelPosition=bottom;html=1;verticalAlign=top;aspect=fixed;align=center;pointerEvents=1;shape=mxgraph.cisco19.server2;fillColor=none;strokeColor=#808080;" value="" vertex="1">
          <mxGeometry height="50" width="27.500000000000004" x="712" y="382" as="geometry" />
        </mxCell>
        <mxCell id="CqTmTN9_2uuaHgkpDne7-7" parent="1" style="sketch=0;points=[[0,0.25,0,0,0],[0,0.5,0,0,0],[0,0.75,0,0,0],[0.015,0.015,0,0,0],[0.015,0.985,0,0,0],[0.25,1,0,0,0],[0.4,0,0,0,0],[0.5,1,0,0,0],[0.62,0,0,0,0],[0.75,1,0,0,0],[0.985,0.015,0,0,0],[0.985,0.985,0,0,0],[1,0.25,0,0,0],[1,0.5,0,0,0],[1,0.75,0,0,0]];verticalLabelPosition=bottom;html=1;verticalAlign=top;aspect=fixed;align=center;pointerEvents=1;shape=mxgraph.cisco19.server2;fillColor=none;strokeColor=#808080;" value="" vertex="1">
          <mxGeometry height="50" width="27.500000000000004" x="744" y="382" as="geometry" />
        </mxCell>
        <mxCell id="CqTmTN9_2uuaHgkpDne7-8" parent="1" style="sketch=0;points=[[0,0.25,0,0,0],[0,0.5,0,0,0],[0,0.75,0,0,0],[0.015,0.015,0,0,0],[0.015,0.985,0,0,0],[0.25,1,0,0,0],[0.4,0,0,0,0],[0.5,1,0,0,0],[0.62,0,0,0,0],[0.75,1,0,0,0],[0.985,0.015,0,0,0],[0.985,0.985,0,0,0],[1,0.25,0,0,0],[1,0.5,0,0,0],[1,0.75,0,0,0]];verticalLabelPosition=bottom;html=1;verticalAlign=top;aspect=fixed;align=center;pointerEvents=1;shape=mxgraph.cisco19.server2;fillColor=none;strokeColor=#808080;" value="" vertex="1">
          <mxGeometry height="50" width="27.500000000000004" x="776" y="382" as="geometry" />
        </mxCell>
        <object label="&lt;span style=&quot;&quot;&gt;2x10G PortChannels&lt;/span&gt;" placeholders="1" id="CqTmTN9_2uuaHgkpDne7-1">
          <mxCell parent="1" style="rounded=1;whiteSpace=wrap;html=1;strokeWidth=2;strokeColor=none;fontSize=8;fillColor=none;labelBackgroundColor=none;fontColor=#808080;" vertex="1">
            <mxGeometry height="15" width="119" x="684.5" y="288" as="geometry" />
          </mxCell>
        </object>
        <mxCell id="CqTmTN9_2uuaHgkpDne7-13" parent="1" style="rounded=1;whiteSpace=wrap;html=1;points=[[0,0,0,0,0],[0,0.41,0,0,0],[0,0.5,0,0,0],[0,0.59,0,0,0],[0,1,0,0,0],[0.09,0,0,0,0],[0.13,0,0,0,0],[0.25,1,0,0,0],[0.34,0,0,0,0],[0.38,0,0,0,0],[0.5,1,0,0,0],[0.62,0.01,0,0,0],[0.65,0.01,0,0,0],[0.75,1,0,0,0],[0.83,0.01,0,0,0],[0.86,0.01,0,0,0],[1,0,0,0,0],[1,0.25,0,0,0],[1,0.5,0,0,0],[1,0.75,0,0,0],[1,1,0,0,0]];strokeColor=#808080;fillColor=none;" value="" vertex="1">
          <mxGeometry height="64" width="120" x="683" y="506.5" as="geometry" />
        </mxCell>
        <mxCell id="CqTmTN9_2uuaHgkpDne7-15" parent="1" style="sketch=0;points=[[0,0.25,0,0,0],[0,0.5,0,0,0],[0,0.75,0,0,0],[0.015,0.015,0,0,0],[0.015,0.985,0,0,0],[0.25,1,0,0,0],[0.4,0,0,0,0],[0.5,1,0,0,0],[0.62,0,0,0,0],[0.75,1,0,0,0],[0.985,0.015,0,0,0],[0.985,0.985,0,0,0],[1,0.25,0,0,0],[1,0.5,0,0,0],[1,0.75,0,0,0]];verticalLabelPosition=bottom;html=1;verticalAlign=top;aspect=fixed;align=center;pointerEvents=1;shape=mxgraph.cisco19.server2;fillColor=none;strokeColor=#808080;" value="" vertex="1">
          <mxGeometry height="50" width="27.500000000000004" x="729" y="513.5" as="geometry" />
        </mxCell>
        <mxCell id="CqTmTN9_2uuaHgkpDne7-16" parent="1" style="sketch=0;points=[[0,0.25,0,0,0],[0,0.5,0,0,0],[0,0.75,0,0,0],[0.015,0.015,0,0,0],[0.015,0.985,0,0,0],[0.25,1,0,0,0],[0.4,0,0,0,0],[0.5,1,0,0,0],[0.62,0,0,0,0],[0.75,1,0,0,0],[0.985,0.015,0,0,0],[0.985,0.985,0,0,0],[1,0.25,0,0,0],[1,0.5,0,0,0],[1,0.75,0,0,0]];verticalLabelPosition=bottom;html=1;verticalAlign=top;aspect=fixed;align=center;pointerEvents=1;shape=mxgraph.cisco19.server2;fillColor=none;strokeColor=#808080;" value="" vertex="1">
          <mxGeometry height="50" width="27.500000000000004" x="765.5" y="513.5" as="geometry" />
        </mxCell>
        <object label="&lt;b&gt;&lt;font style=&quot;color: rgb(128, 128, 128);&quot;&gt;Prod - Services&lt;br&gt;&lt;/font&gt;&lt;/b&gt;&lt;div&gt;&lt;font style=&quot;color: rgb(128, 128, 128);&quot;&gt;3x i5-4590T (24C, 24T, 48GB&lt;span style=&quot;background-color: transparent;&quot;&gt;)&lt;/span&gt;&lt;/font&gt;&lt;/div&gt;" placeholders="1" id="CqTmTN9_2uuaHgkpDne7-20">
          <mxCell parent="1" style="rounded=1;whiteSpace=wrap;html=1;strokeWidth=2;strokeColor=none;fontSize=8;fillColor=none;" vertex="1">
            <mxGeometry height="30" width="136" x="674.75" y="569.25" as="geometry" />
          </mxCell>
        </object>
        <mxCell id="CqTmTN9_2uuaHgkpDne7-26" parent="1" style="verticalLabelPosition=bottom;html=1;verticalAlign=top;align=center;strokeColor=#808080;fillColor=none;shape=mxgraph.azure.computer;pointerEvents=1;fontStyle=3;textShadow=1;fontColor=light-dark(#505050, #ededed);strokeWidth=2;" value="" vertex="1">
          <mxGeometry height="45" width="50" x="155" y="516.5" as="geometry" />
        </mxCell>
        <object label="&lt;span style=&quot;&quot;&gt;backup link&lt;/span&gt;" placeholders="1" id="CqTmTN9_2uuaHgkpDne7-27">
          <mxCell parent="1" style="rounded=1;whiteSpace=wrap;html=1;strokeWidth=2;strokeColor=none;fontSize=8;points=[];fontStyle=2;fontColor=#808080;fillColor=none;labelBackgroundColor=none;labelBorderColor=none;textShadow=0;" vertex="1">
            <mxGeometry height="24" width="40" x="197" y="380" as="geometry" />
          </mxCell>
        </object>
        <object label="&lt;span style=&quot;&quot;&gt;&lt;i&gt;MST Root&lt;/i&gt;&lt;/span&gt;" placeholders="1" id="CqTmTN9_2uuaHgkpDne7-32">
          <mxCell parent="1" style="rounded=1;whiteSpace=wrap;html=1;strokeWidth=2;strokeColor=none;fontSize=8;points=[];fontColor=#808080;fillColor=none;labelBackgroundColor=none;labelBorderColor=none;textShadow=0;" vertex="1">
            <mxGeometry height="16" width="43" x="202" y="292.75" as="geometry" />
          </mxCell>
        </object>
        <mxCell id="CqTmTN9_2uuaHgkpDne7-34" parent="1" style="sketch=0;points=[[0,0.25,0,0,0],[0,0.5,0,0,0],[0,0.75,0,0,0],[0.015,0.015,0,0,0],[0.015,0.985,0,0,0],[0.25,1,0,0,0],[0.4,0,0,0,0],[0.5,1,0,0,0],[0.62,0,0,0,0],[0.75,1,0,0,0],[0.985,0.015,0,0,0],[0.985,0.985,0,0,0],[1,0.25,0,0,0],[1,0.5,0,0,0],[1,0.75,0,0,0]];verticalLabelPosition=bottom;html=1;verticalAlign=top;aspect=fixed;align=center;pointerEvents=1;shape=mxgraph.cisco19.server2;fillColor=none;strokeColor=#808080;" value="" vertex="1">
          <mxGeometry height="50" width="27.500000000000004" x="729" y="194" as="geometry" />
        </mxCell>
        <mxCell id="CqTmTN9_2uuaHgkpDne7-37" edge="1" parent="1" style="shape=connector;rounded=0;orthogonalLoop=1;jettySize=auto;html=1;strokeColor=#d79b00;strokeWidth=3;align=center;verticalAlign=middle;fontFamily=Helvetica;fontSize=11;fontColor=#808080;labelBackgroundColor=default;endArrow=none;endFill=0;fillColor=#ffe6cc;" target="CqTmTN9_2uuaHgkpDne7-36" value="">
          <mxGeometry relative="1" as="geometry">
            <mxPoint x="93" y="739" as="sourcePoint" />
            <mxPoint x="285.5" y="740" as="targetPoint" />
          </mxGeometry>
        </mxCell>
        <object label="1G Copper" placeholders="1" id="CqTmTN9_2uuaHgkpDne7-36">
          <mxCell parent="1" style="rounded=1;whiteSpace=wrap;html=1;strokeWidth=2;strokeColor=#808080;fontSize=8;points=[[0,0.5,0,0,0],[1,0.5,0,0,0]];fillColor=none;fontColor=#808080;" vertex="1">
            <mxGeometry height="16" width="51.8" x="165.4" y="731" as="geometry" />
          </mxCell>
        </object>
        <mxCell id="CqTmTN9_2uuaHgkpDne7-39" edge="1" parent="1" style="shape=connector;rounded=0;orthogonalLoop=1;jettySize=auto;html=1;exitX=1;exitY=0.5;exitDx=0;exitDy=0;strokeColor=#6c8ebf;strokeWidth=3;align=center;verticalAlign=middle;fontFamily=Helvetica;fontSize=11;fontColor=#808080;labelBackgroundColor=default;endArrow=none;endFill=0;fillColor=#dae8fc;exitPerimeter=0;" target="CqTmTN9_2uuaHgkpDne7-38" value="">
          <mxGeometry relative="1" as="geometry">
            <mxPoint x="93.5" y="784" as="sourcePoint" />
            <mxPoint x="285.5" y="784" as="targetPoint" />
          </mxGeometry>
        </mxCell>
        <object label="10G Multi-Mode Fiber" placeholders="1" id="CqTmTN9_2uuaHgkpDne7-38">
          <mxCell parent="1" style="rounded=1;whiteSpace=wrap;html=1;strokeWidth=2;strokeColor=#808080;fontSize=8;points=[];fontColor=#808080;fillColor=none;" vertex="1">
            <mxGeometry height="16" width="96" x="143.3" y="776" as="geometry" />
          </mxCell>
        </object>
        <mxCell id="CqTmTN9_2uuaHgkpDne7-40" edge="1" parent="1" source="50L1NcpgKh9QyUst5CuS-7" style="shape=connector;rounded=0;orthogonalLoop=1;jettySize=auto;html=1;strokeColor=#6c8ebf;strokeWidth=3;align=center;verticalAlign=middle;fontFamily=Helvetica;fontSize=11;fontColor=default;labelBackgroundColor=default;endArrow=none;endFill=0;fillColor=#dae8fc;entryX=0.98;entryY=0.62;entryDx=0;entryDy=0;entryPerimeter=0;exitX=0.02;exitY=0.2;exitDx=0;exitDy=0;exitPerimeter=0;" target="50L1NcpgKh9QyUst5CuS-15">
          <mxGeometry relative="1" as="geometry">
            <mxPoint x="419" y="514" as="sourcePoint" />
            <mxPoint x="351" y="449" as="targetPoint" />
          </mxGeometry>
        </mxCell>
        <mxCell id="50L1NcpgKh9QyUst5CuS-7" parent="1" style="sketch=0;points=[[0.015,0.015,0,0,0],[0.015,0.985,0,0,0],[0.02,0.2,0,0,0],[0.02,0.38,0,0,0],[0.26,0.98,0,0,0],[0.38,0,0,0,0],[0.38,0.98,0,0,0],[0.5,0,0,0,0],[0.5,0.98,0,0,0],[0.62,0,0,0,0],[0.62,0.98,0,0,0],[0.985,0.015,0,0,0],[0.985,0.985,0,0,0],[1,0.26,0,0,0],[1,0.38,0,0,0],[1,0.5,0,0,0],[1,0.62,0,0,0],[1,0.74,0,0,0]];verticalLabelPosition=top;html=1;verticalAlign=bottom;aspect=fixed;align=center;pointerEvents=1;shape=mxgraph.cisco19.rect;prIcon=l3_switch;fillColor=none;strokeColor=#808080;fontStyle=1;labelPosition=center;spacingBottom=3;fontColor=none;noLabel=1;" value="muffin-bottom" vertex="1">
          <mxGeometry height="50" width="50" x="406" y="514" as="geometry" />
        </mxCell>
        <mxCell id="CqTmTN9_2uuaHgkpDne7-42" parent="1" style="sketch=0;pointerEvents=1;shadow=0;dashed=0;html=1;strokeColor=none;fillColor=light-dark(#808080,#505050);labelPosition=center;verticalLabelPosition=bottom;verticalAlign=top;outlineConnect=0;align=center;shape=mxgraph.office.devices.workstation;fontFamily=Helvetica;fontSize=11;fontColor=#808080;labelBackgroundColor=none;whiteSpace=wrap;fontStyle=3;points=[[0.5,0.02,0,0,0]];labelBorderColor=none;textShadow=1;fillStyle=solid;" value="" vertex="1">
          <mxGeometry height="56" width="53" x="403" y="611.25" as="geometry" />
        </mxCell>
        <mxCell id="CqTmTN9_2uuaHgkpDne7-44" parent="1" style="points=[[0.03,0.36,0],[0.18,0,0],[0.5,0.34,0],[0.82,0,0],[0.97,0.36,0],[1,0.67,0],[0.975,0.975,0],[0.5,1,0],[0.025,0.975,0],[0,0.67,0]];verticalLabelPosition=bottom;sketch=0;html=1;verticalAlign=top;aspect=fixed;align=center;pointerEvents=1;shape=mxgraph.cisco19.wireless_access_point2;fillColor=none;strokeColor=#808080;" value="" vertex="1">
          <mxGeometry height="50" width="50" x="291" y="207" as="geometry" />
        </mxCell>
        <mxCell id="CqTmTN9_2uuaHgkpDne7-46" parent="1" style="ellipse;shape=cloud;whiteSpace=wrap;html=1;fillColor=none;strokeColor=#808080;strokeWidth=2;fontColor=#808080;spacingLeft=0;spacingBottom=-29;" value="" vertex="1">
          <mxGeometry height="57" width="83" x="46" y="293.75" as="geometry" />
        </mxCell>
        <object label="&lt;span&gt;&lt;font style=&quot;font-size: 12px;&quot;&gt;isp&lt;/font&gt;&lt;/span&gt;" placeholders="1" id="CqTmTN9_2uuaHgkpDne7-48">
          <mxCell parent="1" style="rounded=0;whiteSpace=wrap;html=1;strokeWidth=2;strokeColor=none;fontSize=8;points=[];fontStyle=3;fillColor=none;fontColor=#808080;" vertex="1">
            <mxGeometry height="24" width="40" x="69" y="350" as="geometry" />
          </mxCell>
        </object>
        <mxCell id="CqTmTN9_2uuaHgkpDne7-49" parent="1" style="swimlane;fontStyle=0;childLayout=stackLayout;horizontal=1;startSize=26;fillColor=none;horizontalStack=0;resizeParent=1;resizeParentMax=0;resizeLast=0;collapsible=1;marginBottom=0;html=1;fontColor=#808080;strokeColor=#808080;strokeWidth=2;" value="&lt;b&gt;Agatha&lt;/b&gt;" vertex="1">
          <mxGeometry height="168" width="123" x="858" y="136.25" as="geometry" />
        </mxCell>
        <mxCell id="CqTmTN9_2uuaHgkpDne7-51" parent="CqTmTN9_2uuaHgkpDne7-49" style="text;strokeColor=none;fillColor=none;align=left;verticalAlign=top;spacingLeft=4;spacingRight=4;overflow=hidden;rotatable=0;points=[[0,0.5],[1,0.5]];portConstraint=eastwest;whiteSpace=wrap;html=1;fontColor=#808080;strokeWidth=2;" value="Proxmox&lt;br&gt;Proxmox Backup&lt;br&gt;&lt;div&gt;AD Secondary&lt;br&gt;LDAPS&lt;br&gt;CIFS&lt;br&gt;NFS&lt;div&gt;Docker&lt;/div&gt;&lt;div&gt;Traefik&lt;/div&gt;&lt;/div&gt;" vertex="1">
          <mxGeometry height="142" width="123" y="26" as="geometry" />
        </mxCell>
        <mxCell id="CqTmTN9_2uuaHgkpDne7-54" parent="1" style="swimlane;fontStyle=0;childLayout=stackLayout;horizontal=1;startSize=26;fillColor=none;horizontalStack=0;resizeParent=1;resizeParentMax=0;resizeLast=0;collapsible=1;marginBottom=0;html=1;fontColor=#808080;strokeColor=#808080;strokeWidth=2;" value="&lt;b&gt;Waterfall Cluster&lt;/b&gt;" vertex="1">
          <mxGeometry height="111" width="187" x="858" y="351.5" as="geometry" />
        </mxCell>
        <mxCell id="CqTmTN9_2uuaHgkpDne7-55" parent="CqTmTN9_2uuaHgkpDne7-54" style="text;strokeColor=none;fillColor=none;align=left;verticalAlign=top;spacingLeft=4;spacingRight=4;overflow=hidden;rotatable=0;points=[[0,0.5],[1,0.5]];portConstraint=eastwest;whiteSpace=wrap;html=1;fontColor=#808080;strokeWidth=2;" value="Proxmox&lt;div&gt;Ceph&lt;br&gt;Cisco Modeling Labs&lt;br&gt;Experimental VMs&lt;div&gt;Kubernetes&lt;/div&gt;&lt;/div&gt;" vertex="1">
          <mxGeometry height="85" width="187" y="26" as="geometry" />
        </mxCell>
        <mxCell id="CqTmTN9_2uuaHgkpDne7-56" parent="1" style="swimlane;fontStyle=0;childLayout=stackLayout;horizontal=1;startSize=26;fillColor=none;horizontalStack=0;resizeParent=1;resizeParentMax=0;resizeLast=0;collapsible=1;marginBottom=0;html=1;fontColor=#808080;strokeColor=#808080;strokeWidth=2;" value="&lt;b&gt;Antikythera Cluster&lt;/b&gt;" vertex="1">
          <mxGeometry height="208" width="189" x="858" y="494" as="geometry" />
        </mxCell>
        <mxCell id="CqTmTN9_2uuaHgkpDne7-57" parent="CqTmTN9_2uuaHgkpDne7-56" style="text;strokeColor=none;fillColor=none;align=left;verticalAlign=top;spacingLeft=4;spacingRight=4;overflow=hidden;rotatable=0;points=[[0,0.5],[1,0.5]];portConstraint=eastwest;whiteSpace=wrap;html=1;fontColor=#808080;strokeWidth=2;" value="Proxmox&lt;div&gt;AD Primary&lt;/div&gt;&lt;div&gt;LDAPS&lt;br&gt;Docker&lt;br&gt;Traefik&lt;div&gt;Pihole&lt;br&gt;&lt;div&gt;Unbound&lt;br&gt;Wireless Controller&lt;br&gt;Wiki.js&lt;br&gt;Uptime Kuma&lt;/div&gt;&lt;div&gt;Step-ca&lt;br&gt;&lt;br&gt;&lt;/div&gt;&lt;/div&gt;&lt;/div&gt;" vertex="1">
          <mxGeometry height="182" width="189" y="26" as="geometry" />
        </mxCell>
        <mxCell id="CqTmTN9_2uuaHgkpDne7-68" edge="1" parent="1" source="CqTmTN9_2uuaHgkpDne7-13" style="shape=connector;rounded=0;orthogonalLoop=1;jettySize=auto;html=1;strokeColor=#d79b00;strokeWidth=3;align=center;verticalAlign=middle;fontFamily=Helvetica;fontSize=11;fontColor=default;labelBackgroundColor=default;endArrow=none;endFill=0;fillColor=#ffe6cc;entryX=1;entryY=0.5;entryDx=0;entryDy=0;entryPerimeter=0;exitX=0;exitY=0.5;exitDx=0;exitDy=0;exitPerimeter=0;" target="50L1NcpgKh9QyUst5CuS-22">
          <mxGeometry relative="1" as="geometry">
            <mxPoint x="701" y="541" as="sourcePoint" />
            <mxPoint x="565" y="541" as="targetPoint" />
          </mxGeometry>
        </mxCell>
        <mxCell id="CqTmTN9_2uuaHgkpDne7-69" edge="1" parent="1" style="shape=connector;rounded=0;orthogonalLoop=1;jettySize=auto;html=1;strokeColor=#d79b00;strokeWidth=3;align=center;verticalAlign=middle;fontFamily=Helvetica;fontSize=11;fontColor=default;labelBackgroundColor=default;endArrow=none;endFill=0;fillColor=#ffe6cc;entryX=1;entryY=0.38;entryDx=0;entryDy=0;entryPerimeter=0;" target="50L1NcpgKh9QyUst5CuS-22">
          <mxGeometry relative="1" as="geometry">
            <mxPoint x="683" y="533" as="sourcePoint" />
            <mxPoint x="566" y="504" as="targetPoint" />
          </mxGeometry>
        </mxCell>
        <mxCell id="CqTmTN9_2uuaHgkpDne7-14" parent="1" style="sketch=0;points=[[0,0.32,0,0,0],[0,0.5,0,0,0],[0,0.68,0,0,0],[0.015,0.015,0,0,0],[0.015,0.985,0,0,0],[0.25,1,0,0,0],[0.4,0,0,0,0],[0.5,1,0,0,0],[0.62,0,0,0,0],[0.75,1,0,0,0],[0.98,0.32,0,0,0],[0.98,0.5,0,0,0],[0.98,0.68,0,0,0],[0.985,0.015,0,0,0],[0.985,0.985,0,0,0]];verticalLabelPosition=bottom;html=1;verticalAlign=top;aspect=fixed;align=center;pointerEvents=1;shape=mxgraph.cisco19.server2;fillColor=none;strokeColor=#808080;" value="" vertex="1">
          <mxGeometry height="50" width="27.500000000000004" x="692" y="513.5" as="geometry" />
        </mxCell>
        <object label="&lt;span style=&quot;&quot;&gt;individual&lt;/span&gt;&lt;div&gt;&lt;span style=&quot;&quot;&gt;links&lt;/span&gt;&lt;/div&gt;" placeholders="1" id="CqTmTN9_2uuaHgkpDne7-21">
          <mxCell parent="1" style="rounded=1;whiteSpace=wrap;html=1;strokeWidth=2;strokeColor=none;fontSize=8;fillColor=none;fontColor=#808080;labelBackgroundColor=none;fontStyle=2" vertex="1">
            <mxGeometry height="24" width="40" x="605" y="546" as="geometry" />
          </mxCell>
        </object>
        <object label="durandal" placeholders="1" id="CqTmTN9_2uuaHgkpDne7-71">
          <mxCell parent="1" style="rounded=0;whiteSpace=wrap;html=1;strokeWidth=2;strokeColor=none;fontSize=12;points=[];fontStyle=3;fillColor=none;fontColor=#808080;" vertex="1">
            <mxGeometry height="24" width="40" x="326.5" y="667.25" as="geometry" />
          </mxCell>
        </object>
        <object label="samantha" placeholders="1" id="CqTmTN9_2uuaHgkpDne7-72">
          <mxCell parent="1" style="rounded=0;whiteSpace=wrap;html=1;strokeWidth=2;strokeColor=none;fontSize=12;points=[];fontStyle=3;fillColor=none;fontColor=#808080;" vertex="1">
            <mxGeometry height="24" width="40" x="409.5" y="667.25" as="geometry" />
          </mxCell>
        </object>
        <object label="work" placeholders="1" id="CqTmTN9_2uuaHgkpDne7-73">
          <mxCell parent="1" style="rounded=0;whiteSpace=wrap;html=1;strokeWidth=2;strokeColor=none;fontSize=12;points=[];fontStyle=3;fillColor=none;fontColor=#808080;" vertex="1">
            <mxGeometry height="24" width="40" x="511" y="667.25" as="geometry" />
          </mxCell>
        </object>
        <object label="apple-tv" placeholders="1" id="CqTmTN9_2uuaHgkpDne7-74">
          <mxCell parent="1" style="rounded=0;whiteSpace=wrap;html=1;strokeWidth=2;strokeColor=none;fontSize=11;points=[];fontStyle=3;fillColor=none;fontColor=#808080;" vertex="1">
            <mxGeometry height="24" width="47" x="156.5" y="561.5" as="geometry" />
          </mxCell>
        </object>
        <mxCell id="em8geS1FMljSXwy2fsCb-1" edge="1" parent="1" source="lbnmV9Moz0TXLxYADeuH-7" style="shape=connector;rounded=0;orthogonalLoop=1;jettySize=auto;html=1;strokeColor=#d79b00;strokeWidth=3;align=center;verticalAlign=middle;fontFamily=Helvetica;fontSize=11;fontColor=default;labelBackgroundColor=default;endArrow=none;endFill=0;fillColor=#ffe6cc;entryX=0.022;entryY=0.415;entryDx=0;entryDy=0;entryPerimeter=0;exitX=0.805;exitY=0.881;exitDx=0;exitDy=0;exitPerimeter=0;" target="50L1NcpgKh9QyUst5CuS-15" value="">
          <mxGeometry relative="1" as="geometry">
            <mxPoint x="200" y="340" as="sourcePoint" />
            <mxPoint x="287" y="442" as="targetPoint" />
          </mxGeometry>
        </mxCell>
        <mxCell id="lbnmV9Moz0TXLxYADeuH-7" parent="1" style="sketch=0;points=[[0,0.5,0,0,0],[0.145,0.145,0,0,0],[0.145,0.855,0,0,0],[0.5,0,0,0,0],[0.5,1,0,0,0],[0.76,0.94,0,0,0],[0.8555,0.145,0,0,0],[0.88,0.82,0,0,0],[1,0.5,0,0,0]];verticalLabelPosition=bottom;html=1;verticalAlign=top;aspect=fixed;align=center;pointerEvents=1;shape=mxgraph.cisco19.rect;prIcon=router;fillColor=none;strokeColor=#808080;labelBackgroundColor=none;fontColor=#808080;fontStyle=3" value="" vertex="1">
          <mxGeometry height="50" width="50" x="160" y="297.25" as="geometry" />
        </mxCell>
        <mxCell id="50L1NcpgKh9QyUst5CuS-15" parent="1" style="sketch=0;points=[[0.015,0.015,0,0,0],[0.015,0.985,0,0,0],[0.02,0.26,0,0,0],[0.02,0.38,0,0,0],[0.02,0.5,0,0,0],[0.02,0.62,0,0,0],[0.38,0,0,0,0],[0.38,1,0,0,0],[0.5,0,0,0,0],[0.5,1,0,0,0],[0.62,0,0,0,0],[0.62,1,0,0,0],[0.98,0.62,0,0,0],[0.98,0.8,0,0,0],[0.985,0.015,0,0,0],[0.985,0.985,0,0,0]];verticalLabelPosition=top;html=1;verticalAlign=bottom;aspect=fixed;align=center;pointerEvents=1;shape=mxgraph.cisco19.rect;prIcon=l3_switch;fillColor=none;strokeColor=#808080;fontStyle=1;labelPosition=center;labelBackgroundColor=default;spacingBottom=2;fontColor=none;noLabel=1;" value="muffin-top" vertex="1">
          <mxGeometry height="50" width="50" x="290" y="425" as="geometry" />
        </mxCell>
        <mxCell id="NICzeJytbfNPou0eU094-1" parent="1" style="text;html=1;fontColor=default;whiteSpace=wrap;" value="&lt;span style=&quot;forced-color-adjust: none; font-size: 8px; font-style: normal; font-variant-ligatures: normal; font-variant-caps: normal; font-weight: 400; letter-spacing: normal; orphans: 2; text-align: center; text-indent: 0px; text-transform: none; widows: 2; word-spacing: 0px; -webkit-text-stroke-width: 0px; white-space: normal; text-decoration-thickness: initial; text-decoration-style: initial; text-decoration-color: initial; font-family: Verdana;&quot;&gt;&lt;b style=&quot;forced-color-adjust: none;&quot;&gt;&lt;font style=&quot;forced-color-adjust: none; color: rgb(153, 153, 153);&quot;&gt;NAS - Storage / Prod Backup&lt;/font&gt;&lt;/b&gt;&lt;/span&gt;&lt;div style=&quot;forced-color-adjust: none; font-family: Helvetica; font-size: 8px; font-style: normal; font-variant-ligatures: normal; font-variant-caps: normal; font-weight: 400; letter-spacing: normal; orphans: 2; text-align: center; text-indent: 0px; text-transform: none; widows: 2; word-spacing: 0px; -webkit-text-stroke-width: 0px; white-space: normal; text-decoration-thickness: initial; text-decoration-style: initial; text-decoration-color: initial;&quot;&gt;&lt;font style=&quot;forced-color-adjust: none; color: rgb(153, 153, 153);&quot;&gt;Xeon E5-2697 (18C, 36T, 64GB)&lt;/font&gt;&lt;/div&gt;" vertex="1">
          <mxGeometry height="46" width="141" x="672.25" y="244" as="geometry" />
        </mxCell>
-         <mxCell id="FycOZxUXVsV3mBZOf21n-1" edge="1" parent="1" style="rounded=0;orthogonalLoop=1;jettySize=auto;html=1;endArrow=none;endFill=0;strokeWidth=3;elbow=vertical;fillColor=#d5e8d4;strokeColor=#82b366;">
+         <mxCell id="FycOZxUXVsV3mBZOf21n-1" edge="1" parent="1" style="rounded=0;orthogonalLoop=1;jettySize=auto;html=1;endArrow=none;endFill=0;strokeWidth=3;elbow=vertical;fillColor=#d5e8d4;strokeColor=#82b366;entryX=-0.006;entryY=0.427;entryDx=0;entryDy=0;entryPerimeter=0;" target="FycOZxUXVsV3mBZOf21n-2">
          <mxGeometry relative="1" as="geometry">
            <mxPoint x="93" y="761" as="sourcePoint" />
            <mxPoint x="285.79999999999995" y="761" as="targetPoint" />
          </mxGeometry>
        </mxCell>
        <object label="2.5G Copper" placeholders="1" id="FycOZxUXVsV3mBZOf21n-2">
-           <mxCell parent="1" style="rounded=1;whiteSpace=wrap;html=1;strokeWidth=2;strokeColor=#808080;fontSize=8;points=[[0,0.5,0,0,0],[1,0.5,0,0,0]];fillColor=default;fontColor=#808080;" vertex="1">
+           <mxCell parent="1" style="rounded=1;whiteSpace=wrap;html=1;strokeWidth=2;strokeColor=#808080;fontSize=8;points=[[0,0.5,0,0,0],[1,0.5,0,0,0]];fillColor=none;fontColor=#808080;" vertex="1">
            <mxGeometry height="16" width="62.8" x="159.89999999999998" y="754" as="geometry" />
          </mxCell>
        </object>
        <mxCell id="_JirmGMsUVTkLj-to8Ry-1" edge="1" parent="1" style="endArrow=none;dashed=1;html=1;dashPattern=1 3;strokeWidth=2;rounded=0;strokeColor=#808080;" value="">
          <mxGeometry height="50" relative="1" width="50" as="geometry">
            <mxPoint x="90" y="295" as="sourcePoint" />
            <mxPoint x="89.54" y="230" as="targetPoint" />
          </mxGeometry>
        </mxCell>
        <mxCell id="_JirmGMsUVTkLj-to8Ry-2" parent="1" style="ellipse;shape=cloud;whiteSpace=wrap;html=1;fillColor=none;strokeColor=#808080;strokeWidth=2;fontColor=#808080;spacingLeft=0;spacingBottom=-29;" value="" vertex="1">
          <mxGeometry height="57" width="83" x="47.5" y="177.25" as="geometry" />
        </mxCell>
        <object label="&lt;span&gt;&lt;font style=&quot;font-size: 12px;&quot;&gt;backblaze S3&lt;/font&gt;&lt;/span&gt;" placeholders="1" id="_JirmGMsUVTkLj-to8Ry-3">
          <mxCell parent="1" style="rounded=0;whiteSpace=wrap;html=1;strokeWidth=2;strokeColor=none;fontSize=8;points=[];fontStyle=3;fillColor=none;fontColor=#808080;" vertex="1">
            <mxGeometry height="24" width="90" x="50" y="159" as="geometry" />
          </mxCell>
        </object>
      </root>
    </mxGraphModel>
  </diagram>
</mxfile>
